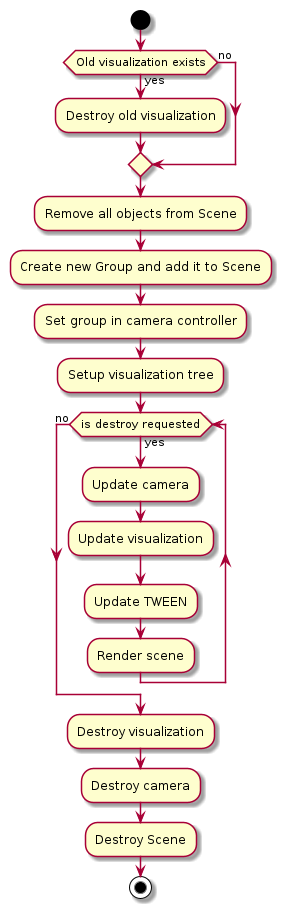
The PlantUML diagram docs/src/diagrams/out/c3_lifecycle.png in damiankoper/geovis, before a commit. Its diagram source:
```plantuml
@startuml
start

if(Old visualization exists) then (yes)
:Destroy old visualization;
else (no)
endif
:Remove all objects from Scene;
:Create new Group and add it to Scene;
:Set group in camera controller;

:Setup visualization tree;

while(is destroy requested) is (yes)

:Update camera;
:Update visualization;
:Update TWEEN;
:Render scene;

endwhile (no)

:Destroy visualization;
:Destroy camera;
:Destroy Scene;

stop
@enduml
```
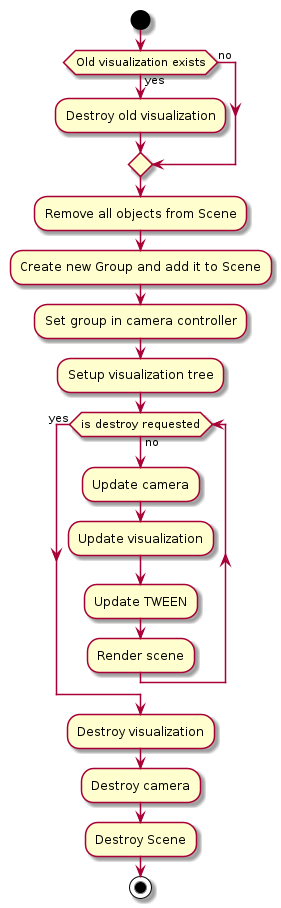
After the change.

Change to the diagram source:
```diff
@@ -11,14 +11,14 @@
 
 :Setup visualization tree;
 
-while(is destroy requested) is (yes)
+while(is destroy requested) is (no)
 
 :Update camera;
 :Update visualization;
 :Update TWEEN;
 :Render scene;
 
-endwhile (no)
+endwhile (yes)
 
 :Destroy visualization;
 :Destroy camera;
```
